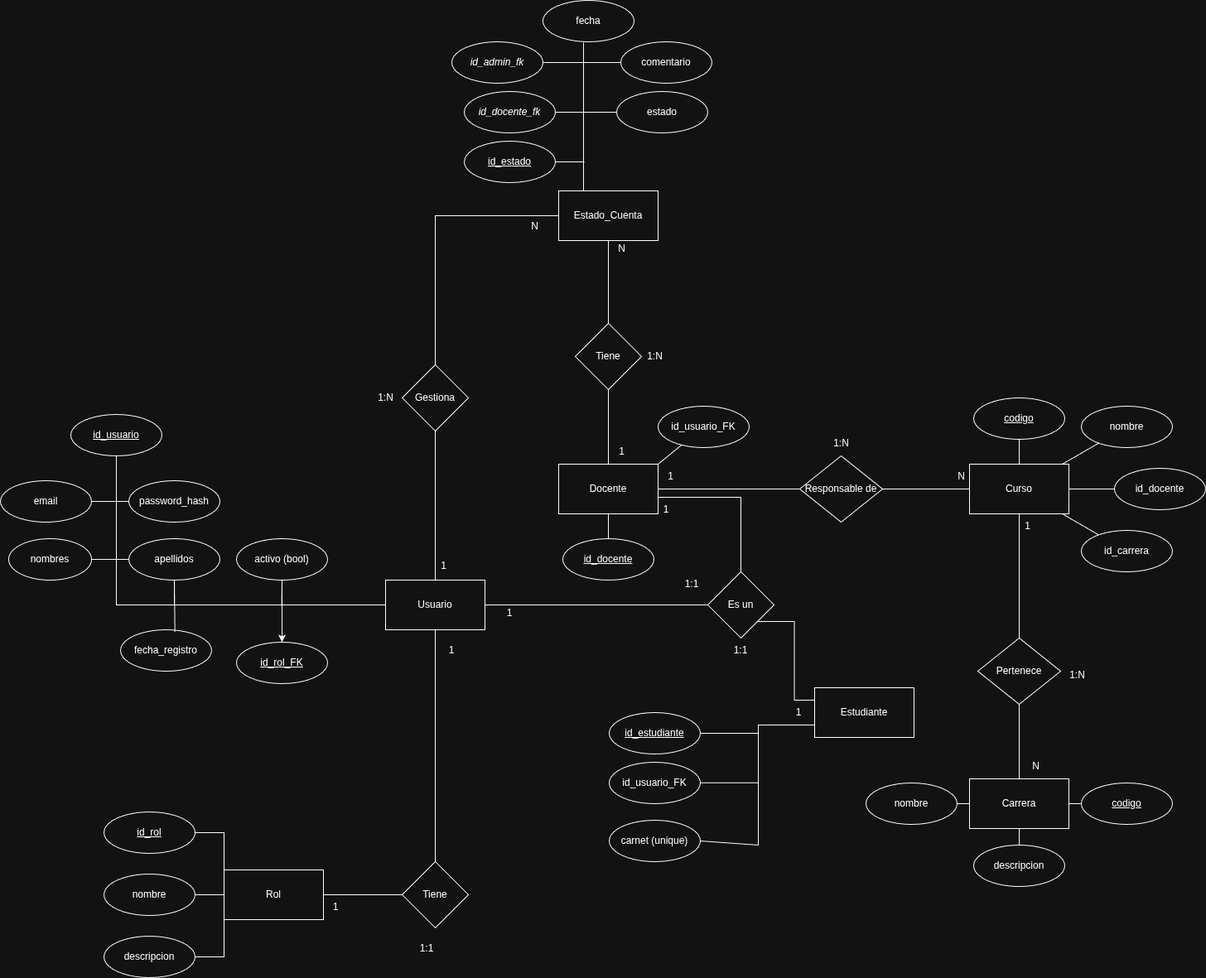
This is diagramas/conceptual/exports/v1_s2_modelo_conceptual.drawio.png from piti-codenbugs/sgea-db, a draw.io export, as it was before one commit. Source tidied: cells renumbered, new cells last; positions are measured from the earlier drawing's top-left corner, leaving out a move shared by most shapes.
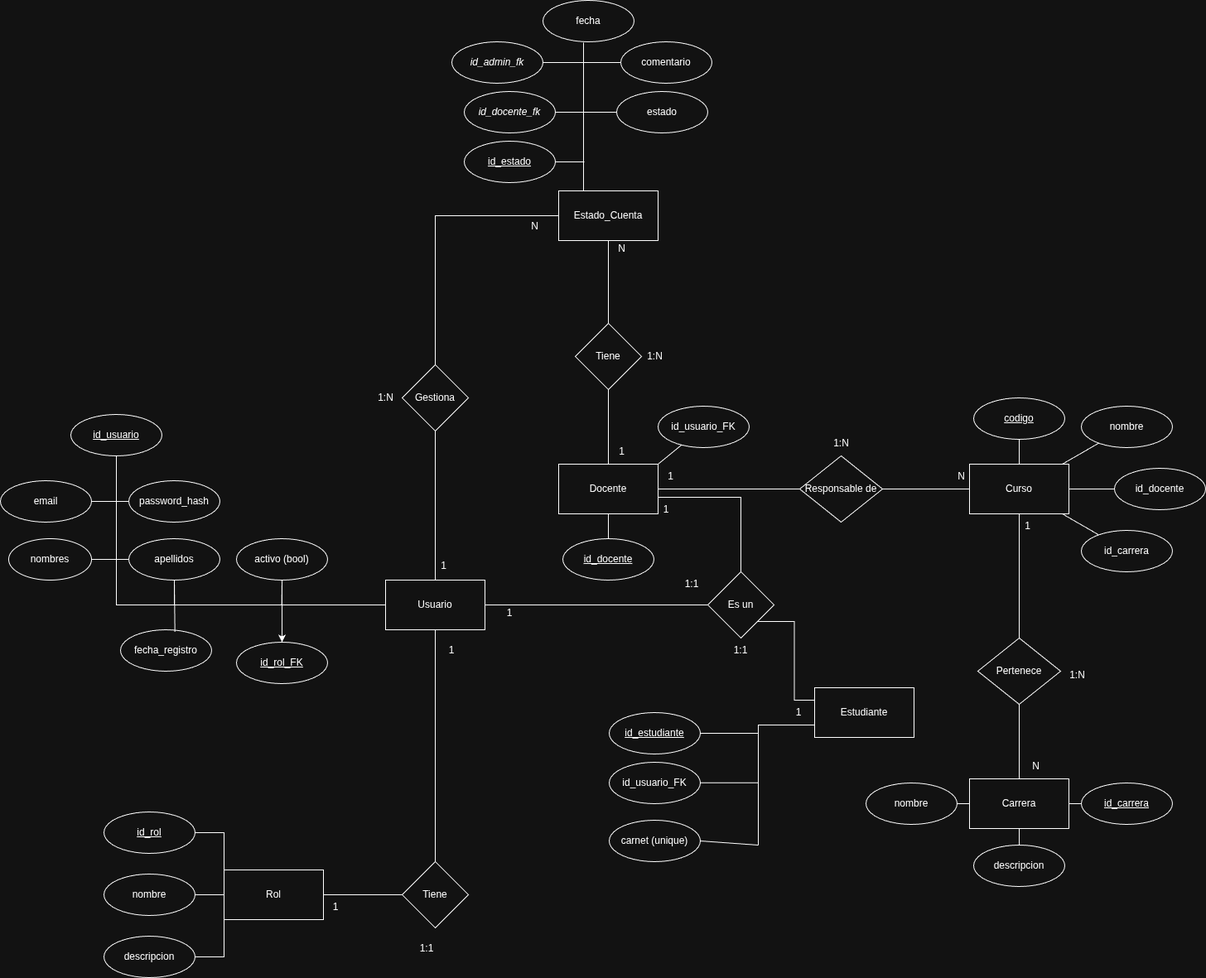
The same file after the commit.

Diff of the diagram source:
```diff
@@ -301,7 +301,7 @@
     <mxCell id="92" value="N" style="text;html=1;align=center;verticalAlign=middle;strokeColor=none;fillColor=none;" parent="1" vertex="1">
       <mxGeometry x="1235" y="910" width="30" height="30" as="geometry" />
     </mxCell>
-    <mxCell id="93" value="&lt;u&gt;codigo&lt;/u&gt;" style="ellipse;whiteSpace=wrap;html=1;" parent="1" vertex="1">
+    <mxCell id="93" value="&lt;u&gt;id_carrera&lt;/u&gt;" style="ellipse;whiteSpace=wrap;html=1;" parent="1" vertex="1">
       <mxGeometry x="1305" y="945" width="110" height="50" as="geometry" />
     </mxCell>
     <mxCell id="94" style="rounded=0;jettySize=auto;html=1;endArrow=none;endFill=0;" parent="1" edge="1" source="93" target="90">
```
